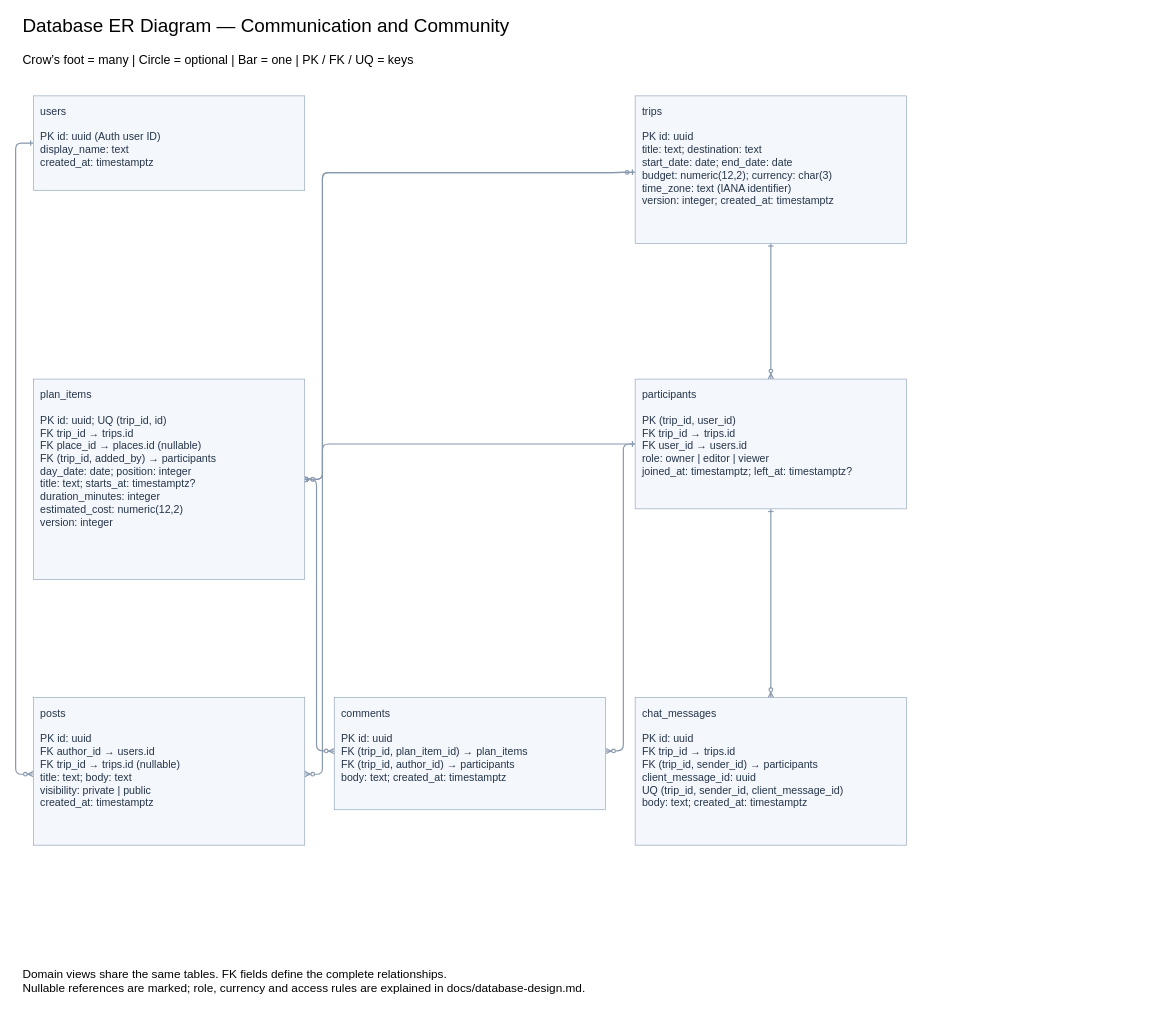
The draw.io diagram page "Communication and Community" (3 of 4) of diagrams/database-er.drawio in yer455yl/collaborative-trip-planning, before the edit. Source tidied: cells renumbered, new cells numbered last; positions are measured from the earlier drawing's top-left corner, leaving out a move shared by most shapes. Both pictures are drawn from the tidied source at 59%, with x=0, y=0 at pixel (15, 10).
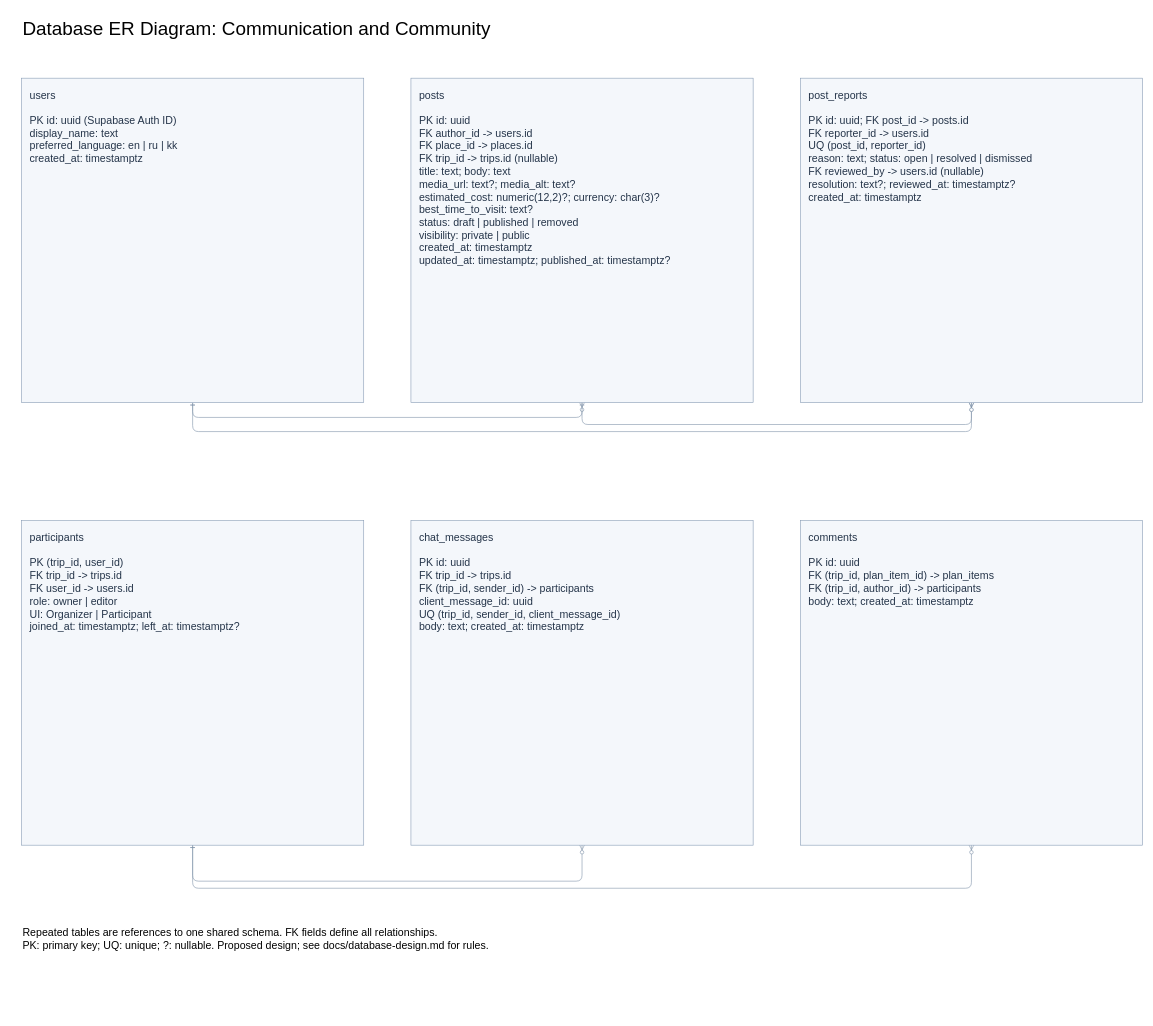
Above is the later version.

Diff of the diagram source:
```diff
@@
-    <mxCell id="2" value="Database ER Diagram — Communication and Community" style="text;html=0;fontSize=32;align=left;" parent="1" vertex="1">
-      <mxGeometry x="10" width="1540" height="60" as="geometry" />
+    <mxCell id="2" value="Database ER Diagram: Communication and Community" style="text;html=0;fontSize=32;align=left;" parent="1" vertex="1">
+      <mxGeometry x="10" y="5" width="1900" height="55" as="geometry" />
     </mxCell>
-    <mxCell id="3" value="Crow’s foot = many | Circle = optional | Bar = one | PK / FK / UQ = keys" style="text;html=0;fontSize=21;align=left;" parent="1" vertex="1">
-      <mxGeometry x="10" y="65" width="1540" height="45" as="geometry" />
-    </mxCell>
-    <mxCell id="4" style="edgeStyle=none;startArrow=ERone;endArrow=ERzeroToMany;strokeColor=#8898ad;strokeWidth=2;" parent="1" edge="1" source="12" target="16">
+    <mxCell id="4" style="edgeStyle=none;startArrow=ERone;endArrow=ERzeroToMany;strokeColor=#8294aa;exitX=0.5;exitY=1;entryX=0.5;entryY=1;" parent="1" edge="1" source="12" target="16">
       <mxGeometry relative="1" as="geometry">
         <Array as="points">
-          <mxPoint y="225" />
-          <mxPoint y="1295" />
+          <mxPoint x="300" y="690" />
+          <mxPoint x="960" y="690" />
         </Array>
       </mxGeometry>
     </mxCell>
-    <mxCell id="5" style="edgeStyle=none;startArrow=ERzeroToOne;endArrow=ERzeroToMany;strokeColor=#8898ad;strokeWidth=2;" parent="1" edge="1" source="13" target="16">
-      <mxGeometry relative="1" as="geometry">
-        <Array as="points">
-          <mxPoint x="1020" y="275" />
-          <mxPoint x="520" y="275" />
-          <mxPoint x="520" y="1295" />
-        </Array>
-      </mxGeometry>
-    </mxCell>
-    <mxCell id="6" style="edgeStyle=none;startArrow=ERone;endArrow=ERzeroToMany;strokeColor=#8898ad;strokeWidth=2;" parent="1" edge="1" source="13" target="14">
-      <mxGeometry relative="1" as="geometry" />
-    </mxCell>
-    <mxCell id="7" style="edgeStyle=none;startArrow=ERone;endArrow=ERzeroToMany;strokeColor=#8898ad;strokeWidth=2;" parent="1" edge="1" source="13" target="15">
-      <mxGeometry relative="1" as="geometry">
-        <Array as="points">
-          <mxPoint x="1020" y="275" />
-          <mxPoint x="520" y="275" />
-          <mxPoint x="520" y="795" />
-        </Array>
-      </mxGeometry>
-    </mxCell>
-    <mxCell id="8" style="edgeStyle=none;startArrow=ERone;endArrow=ERzeroToMany;strokeColor=#8898ad;strokeWidth=2;" parent="1" edge="1" source="14" target="15">
-      <mxGeometry relative="1" as="geometry">
-        <Array as="points">
-          <mxPoint x="520" y="735" />
-          <mxPoint x="520" y="795" />
-        </Array>
-      </mxGeometry>
-    </mxCell>
-    <mxCell id="9" style="edgeStyle=none;startArrow=ERone;endArrow=ERzeroToMany;strokeColor=#8898ad;strokeWidth=2;" parent="1" edge="1" source="15" target="17">
-      <mxGeometry relative="1" as="geometry">
-        <Array as="points">
-          <mxPoint x="510" y="795" />
-          <mxPoint x="510" y="1255" />
-        </Array>
-      </mxGeometry>
-    </mxCell>
+    <mxCell id="20" style="edgeStyle=none;startArrow=ERone;endArrow=ERzeroToMany;strokeColor=#8294aa;exitX=0.5;exitY=1;entryX=0.5;entryY=1;" parent="1" edge="1" source="16" target="22">
+      <mxGeometry relative="1" as="geometry">
+        <Array as="points">
+          <mxPoint x="960" y="702" />
+          <mxPoint x="1620" y="702" />
+        </Array>
+      </mxGeometry>
+    </mxCell>
+    <mxCell id="21" style="edgeStyle=none;startArrow=ERone;endArrow=ERzeroToMany;strokeColor=#8294aa;exitX=0.5;exitY=1;entryX=0.5;entryY=1;" parent="1" edge="1" source="12" target="22">
+      <mxGeometry relative="1" as="geometry">
+        <Array as="points">
+          <mxPoint x="300" y="714" />
+          <mxPoint x="1620" y="714" />
+        </Array>
+      </mxGeometry>
+    </mxCell>
+    <mxCell id="11" style="edgeStyle=none;startArrow=ERone;endArrow=ERzeroToMany;strokeColor=#8294aa;exitX=0.5;exitY=1;entryX=0.5;entryY=1;" parent="1" edge="1" source="14" target="18">
+      <mxGeometry relative="1" as="geometry">
+        <Array as="points">
+          <mxPoint x="300" y="1476" />
+          <mxPoint x="960" y="1476" />
+        </Array>
+      </mxGeometry>
+    </mxCell>
-    <mxCell id="10" style="edgeStyle=none;startArrow=ERone;endArrow=ERzeroToMany;strokeColor=#8898ad;strokeWidth=2;" parent="1" edge="1" source="14" target="17">
+    <mxCell id="10" style="edgeStyle=none;startArrow=ERone;endArrow=ERzeroToMany;strokeColor=#8294aa;exitX=0.5;exitY=1;entryX=0.5;entryY=1;" parent="1" edge="1" source="14" target="17">
       <mxGeometry relative="1" as="geometry">
         <Array as="points">
-          <mxPoint x="1030" y="735" />
-          <mxPoint x="1030" y="1255" />
+          <mxPoint x="300" y="1488" />
+          <mxPoint x="1620" y="1488" />
         </Array>
       </mxGeometry>
     </mxCell>
-    <mxCell id="11" style="edgeStyle=none;startArrow=ERone;endArrow=ERzeroToMany;strokeColor=#8898ad;strokeWidth=2;" parent="1" edge="1" source="14" target="18">
-      <mxGeometry relative="1" as="geometry" />
-    </mxCell>
-    <mxCell id="12" value="users&#10;&#10;PK id: uuid (Auth user ID)&#10;display_name: text&#10;created_at: timestamptz" style="rounded=0;whiteSpace=wrap;html=0;fillColor=#f4f7fb;strokeColor=#879bb5;fontColor=#243449;fontSize=18;align=left;verticalAlign=top;spacing=12;" parent="1" vertex="1">
-      <mxGeometry x="30" y="145" width="460" height="160" as="geometry" />
+    <mxCell id="12" value="users&#10;&#10;PK id: uuid (Supabase Auth ID)&#10;display_name: text&#10;preferred_language: en | ru | kk&#10;created_at: timestamptz" style="rounded=0;whiteSpace=wrap;html=0;fillColor=#f4f7fb;strokeColor=#879bb5;fontColor=#243449;fontSize=18;align=left;verticalAlign=top;spacing=14;" parent="1" vertex="1">
+      <mxGeometry x="10" y="115" width="580" height="550" as="geometry" />
     </mxCell>
-    <mxCell id="13" value="trips&#10;&#10;PK id: uuid&#10;title: text; destination: text&#10;start_date: date; end_date: date&#10;budget: numeric(12,2); currency: char(3)&#10;time_zone: text (IANA identifier)&#10;version: integer; created_at: timestamptz" style="rounded=0;whiteSpace=wrap;html=0;fillColor=#f4f7fb;strokeColor=#879bb5;fontColor=#243449;fontSize=18;align=left;verticalAlign=top;spacing=12;" parent="1" vertex="1">
-      <mxGeometry x="1050" y="145" width="460" height="250" as="geometry" />
-    </mxCell>
+    <mxCell id="16" value="posts&#10;&#10;PK id: uuid&#10;FK author_id -&gt; users.id&#10;FK place_id -&gt; places.id&#10;FK trip_id -&gt; trips.id (nullable)&#10;title: text; body: text&#10;media_url: text?; media_alt: text?&#10;estimated_cost: numeric(12,2)?; currency: char(3)?&#10;best_time_to_visit: text?&#10;status: draft | published | removed&#10;visibility: private | public&#10;created_at: timestamptz&#10;updated_at: timestamptz; published_at: timestamptz?" style="rounded=0;whiteSpace=wrap;html=0;fillColor=#f4f7fb;strokeColor=#879bb5;fontColor=#243449;fontSize=18;align=left;verticalAlign=top;spacing=14;" parent="1" vertex="1">
+      <mxGeometry x="670" y="115" width="580" height="550" as="geometry" />
+    </mxCell>
+    <mxCell id="22" value="post_reports&#10;&#10;PK id: uuid; FK post_id -&gt; posts.id&#10;FK reporter_id -&gt; users.id&#10;UQ (post_id, reporter_id)&#10;reason: text; status: open | resolved | dismissed&#10;FK reviewed_by -&gt; users.id (nullable)&#10;resolution: text?; reviewed_at: timestamptz?&#10;created_at: timestamptz" style="rounded=0;whiteSpace=wrap;html=0;fillColor=#f4f7fb;strokeColor=#879bb5;fontColor=#243449;fontSize=18;align=left;verticalAlign=top;spacing=14;" parent="1" vertex="1">
+      <mxGeometry x="1330" y="115" width="580" height="550" as="geometry" />
+    </mxCell>
-    <mxCell id="14" value="participants&#10;&#10;PK (trip_id, user_id)&#10;FK trip_id → trips.id&#10;FK user_id → users.id&#10;role: owner | editor | viewer&#10;joined_at: timestamptz; left_at: timestamptz?" style="rounded=0;whiteSpace=wrap;html=0;fillColor=#f4f7fb;strokeColor=#879bb5;fontColor=#243449;fontSize=18;align=left;verticalAlign=top;spacing=12;" parent="1" vertex="1">
-      <mxGeometry x="1050" y="625" width="460" height="220" as="geometry" />
+    <mxCell id="14" value="participants&#10;&#10;PK (trip_id, user_id)&#10;FK trip_id -&gt; trips.id&#10;FK user_id -&gt; users.id&#10;role: owner | editor&#10;UI: Organizer | Participant&#10;joined_at: timestamptz; left_at: timestamptz?" style="rounded=0;whiteSpace=wrap;html=0;fillColor=#f4f7fb;strokeColor=#879bb5;fontColor=#243449;fontSize=18;align=left;verticalAlign=top;spacing=14;" parent="1" vertex="1">
+      <mxGeometry x="10" y="865" width="580" height="550" as="geometry" />
     </mxCell>
-    <mxCell id="15" value="plan_items&#10;&#10;PK id: uuid; UQ (trip_id, id)&#10;FK trip_id → trips.id&#10;FK place_id → places.id (nullable)&#10;FK (trip_id, added_by) → participants&#10;day_date: date; position: integer&#10;title: text; starts_at: timestamptz?&#10;duration_minutes: integer&#10;estimated_cost: numeric(12,2)&#10;version: integer" style="rounded=0;whiteSpace=wrap;html=0;fillColor=#f4f7fb;strokeColor=#879bb5;fontColor=#243449;fontSize=18;align=left;verticalAlign=top;spacing=12;" parent="1" vertex="1">
-      <mxGeometry x="30" y="625" width="460" height="340" as="geometry" />
-    </mxCell>
-    <mxCell id="16" value="posts&#10;&#10;PK id: uuid&#10;FK author_id → users.id&#10;FK trip_id → trips.id (nullable)&#10;title: text; body: text&#10;visibility: private | public&#10;created_at: timestamptz" style="rounded=0;whiteSpace=wrap;html=0;fillColor=#f4f7fb;strokeColor=#879bb5;fontColor=#243449;fontSize=18;align=left;verticalAlign=top;spacing=12;" parent="1" vertex="1">
-      <mxGeometry x="30" y="1165" width="460" height="250" as="geometry" />
-    </mxCell>
+    <mxCell id="18" value="chat_messages&#10;&#10;PK id: uuid&#10;FK trip_id -&gt; trips.id&#10;FK (trip_id, sender_id) -&gt; participants&#10;client_message_id: uuid&#10;UQ (trip_id, sender_id, client_message_id)&#10;body: text; created_at: timestamptz" style="rounded=0;whiteSpace=wrap;html=0;fillColor=#f4f7fb;strokeColor=#879bb5;fontColor=#243449;fontSize=18;align=left;verticalAlign=top;spacing=14;" parent="1" vertex="1">
+      <mxGeometry x="670" y="865" width="580" height="550" as="geometry" />
+    </mxCell>
-    <mxCell id="17" value="comments&#10;&#10;PK id: uuid&#10;FK (trip_id, plan_item_id) → plan_items&#10;FK (trip_id, author_id) → participants&#10;body: text; created_at: timestamptz" style="rounded=0;whiteSpace=wrap;html=0;fillColor=#f4f7fb;strokeColor=#879bb5;fontColor=#243449;fontSize=18;align=left;verticalAlign=top;spacing=12;" parent="1" vertex="1">
-      <mxGeometry x="540" y="1165" width="460" height="190" as="geometry" />
+    <mxCell id="17" value="comments&#10;&#10;PK id: uuid&#10;FK (trip_id, plan_item_id) -&gt; plan_items&#10;FK (trip_id, author_id) -&gt; participants&#10;body: text; created_at: timestamptz" style="rounded=0;whiteSpace=wrap;html=0;fillColor=#f4f7fb;strokeColor=#879bb5;fontColor=#243449;fontSize=18;align=left;verticalAlign=top;spacing=14;" parent="1" vertex="1">
+      <mxGeometry x="1330" y="865" width="580" height="550" as="geometry" />
     </mxCell>
-    <mxCell id="18" value="chat_messages&#10;&#10;PK id: uuid&#10;FK trip_id → trips.id&#10;FK (trip_id, sender_id) → participants&#10;client_message_id: uuid&#10;UQ (trip_id, sender_id, client_message_id)&#10;body: text; created_at: timestamptz" style="rounded=0;whiteSpace=wrap;html=0;fillColor=#f4f7fb;strokeColor=#879bb5;fontColor=#243449;fontSize=18;align=left;verticalAlign=top;spacing=12;" parent="1" vertex="1">
-      <mxGeometry x="1050" y="1165" width="460" height="250" as="geometry" />
-    </mxCell>
-    <mxCell id="19" value="Domain views share the same tables. FK fields define the complete relationships.&#10;Nullable references are marked; role, currency and access rules are explained in docs/database-design.md." style="text;html=0;whiteSpace=wrap;fontSize=20;align=left;" parent="1" vertex="1">
-      <mxGeometry x="10" y="1615" width="1540" height="90" as="geometry" />
+    <mxCell id="19" value="Repeated tables are references to one shared schema. FK fields define all relationships.&#10;PK: primary key; UQ: unique; ?: nullable. Proposed design; see docs/database-design.md for rules." style="text;html=0;fontSize=18;align=left;" parent="1" vertex="1">
+      <mxGeometry x="10" y="1545" width="1880" height="100" as="geometry" />
     </mxCell>
```
